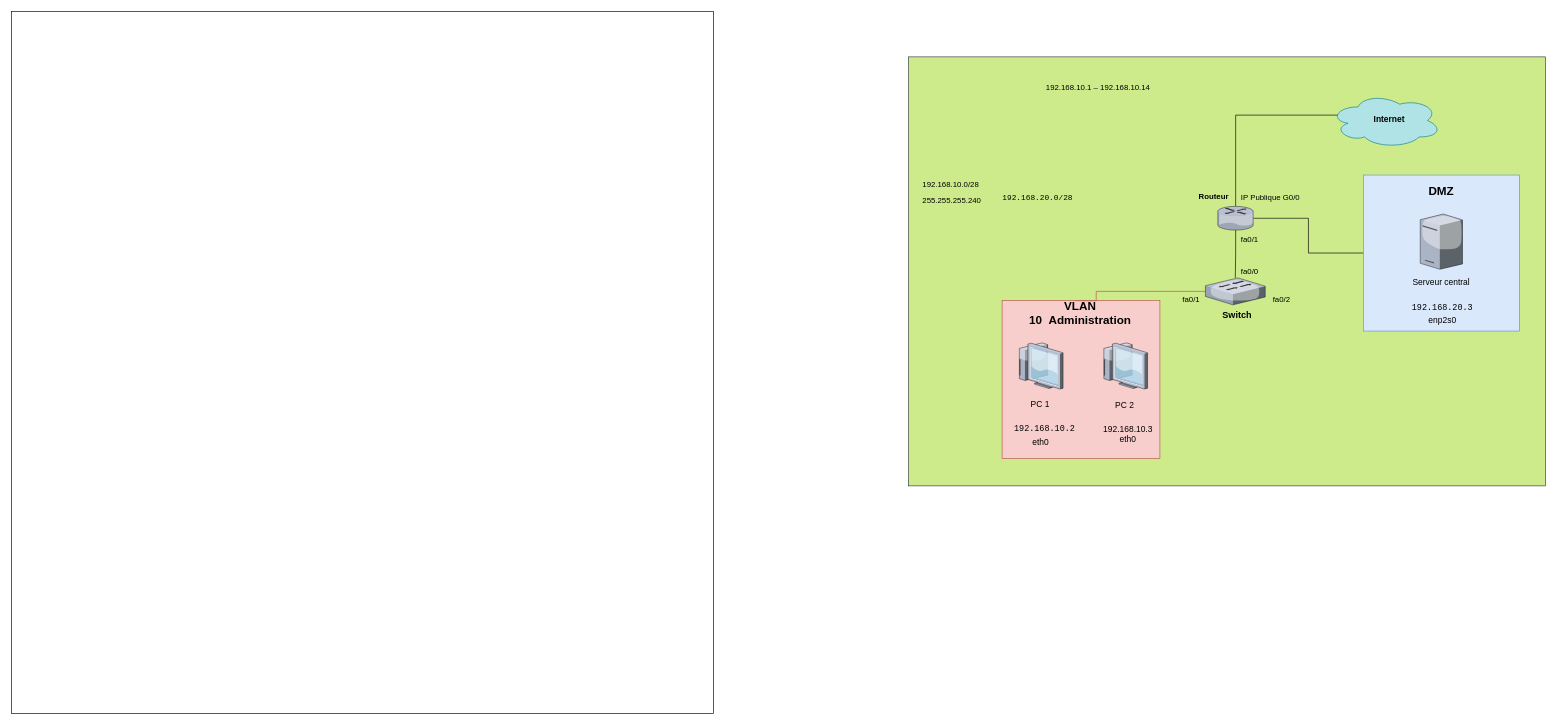
Earlier version of the draw.io diagram Schema_reseau.drawio (leeeooooooooo/Projet_Visualisation). Source tidied: cells renumbered, new cells numbered last; positions are measured from the earlier drawing's top-left corner, leaving out a move shared by most shapes. Both pictures are drawn from the tidied source at 65%, with x=0, y=0 at pixel (11, 11).
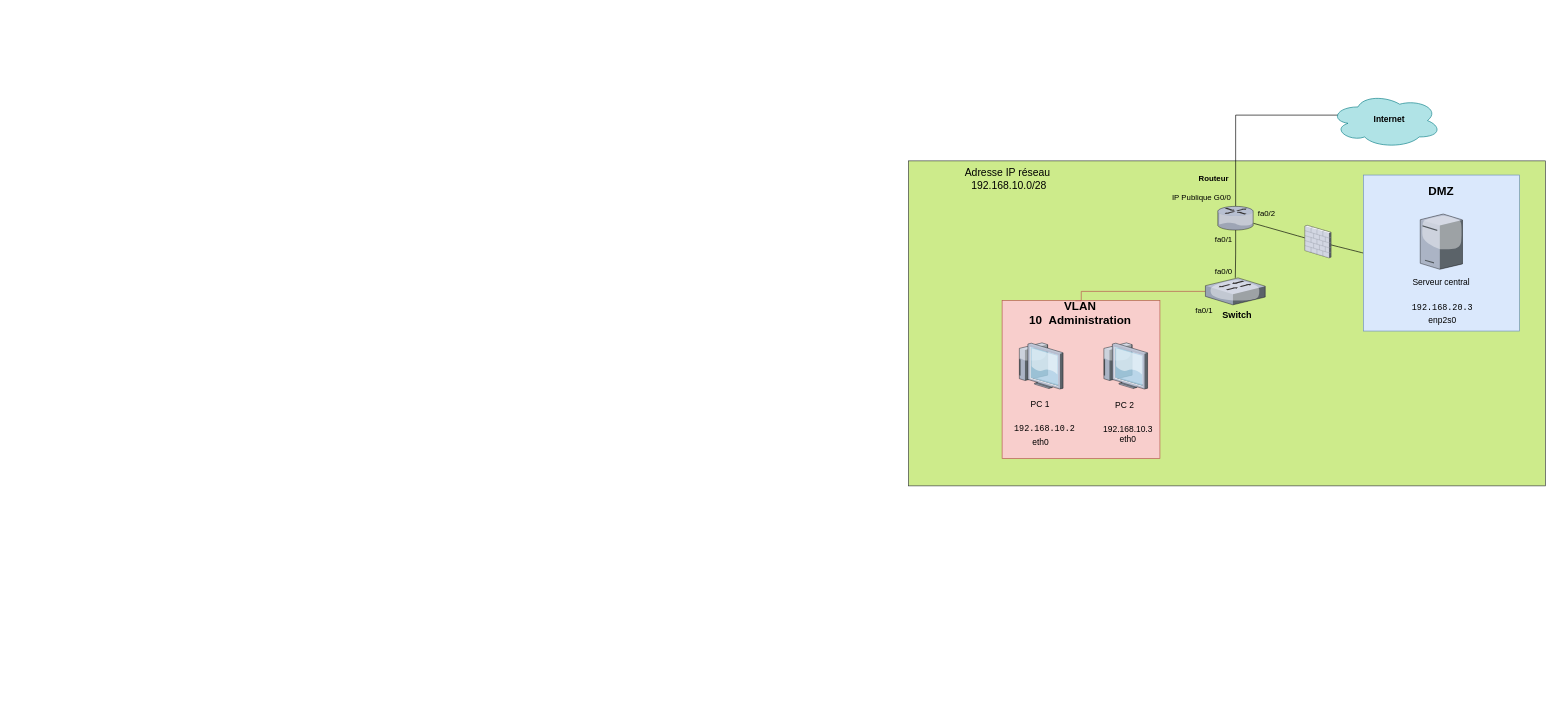
The same diagram, later.

Commit message:
Mettre à jour Schema_reseau.drawio

The change refers to these unchanged cells:
```xml
<mxCell id="4" style="whiteSpace=wrap;html=1;strokeColor=#b85450;fillColor=#f8cecc;" parent="1" vertex="1">
  <mxGeometry x="1524.2" y="445" width="242.8" height="242.8" as="geometry" />
</mxCell>
<mxCell id="9" style="verticalLabelPosition=bottom;sketch=0;html=1;verticalAlign=top;strokeColor=none;align=center;outlineConnect=0;shape=mxgraph.citrix.router;" parent="1" vertex="1">
  <mxGeometry x="1856" y="300" width="55" height="36.5" as="geometry" />
</mxCell>
<mxCell id="12" style="verticalLabelPosition=bottom;sketch=0;html=1;verticalAlign=top;strokeColor=none;align=center;outlineConnect=0;shape=mxgraph.citrix.switch;" parent="1" vertex="1">
  <mxGeometry x="1837" y="410" width="92" height="41.5" as="geometry" />
</mxCell>
<mxCell id="14" style="whiteSpace=wrap;html=1;fillColor=#dae8fc;strokeColor=#6c8ebf;" parent="1" vertex="1">
  <mxGeometry x="2080" y="251.8" width="240" height="240" as="geometry" />
</mxCell>
```

The edit, as a diff of the source:
```diff
@@
-    <mxCell id="2" value="&lt;p&gt;&lt;br&gt;&lt;/p&gt;" style="whiteSpace=wrap;html=1;fontStyle=1;" parent="1" vertex="1">
-      <mxGeometry width="1080" height="1080" as="geometry" />
-    </mxCell>
     <mxCell id="3" style="rounded=0;whiteSpace=wrap;html=1;shadow=0;strokeColor=#36393d;fillColor=#cdeb8b;" parent="1" vertex="1">
-      <mxGeometry x="1380" y="70" width="980" height="660" as="geometry" />
+      <mxGeometry x="1380" y="230" width="980" height="500" as="geometry" />
     </mxCell>
@@
     <mxCell id="7" value="Routeur" style="text;html=1;align=center;verticalAlign=middle;whiteSpace=wrap;rounded=0;fontStyle=1;" parent="1" vertex="1">
-      <mxGeometry x="1820" y="270" width="60" height="30" as="geometry" />
+      <mxGeometry x="1820" y="243" width="60" height="30" as="geometry" />
     </mxCell>
@@
-    <mxCell id="10" style="edgeStyle=orthogonalEdgeStyle;rounded=0;jettySize=auto;html=1;entryX=0;entryY=0.5;entryDx=0;entryDy=0;endArrow=none;startFill=0;" parent="1" edge="1" source="9" target="14">
-      <mxGeometry relative="1" as="geometry" />
-    </mxCell>
     <mxCell id="11" style="edgeStyle=orthogonalEdgeStyle;rounded=0;jettySize=auto;html=1;fillColor=#f8cecc;strokeColor=#B85450;entryX=0.464;entryY=0.001;entryDx=0;entryDy=0;entryPerimeter=0;endArrow=none;startFill=0;" parent="1" edge="1" source="12" target="4">
       <mxGeometry relative="1" as="geometry">
         <Array as="points">
-          <mxPoint x="1669" y="431" />
+          <mxPoint x="1646" y="431" />
+          <mxPoint x="1646" y="445" />
         </Array>
       </mxGeometry>
     </mxCell>
@@
+    <mxCell id="36" style="edgeStyle=none;curved=1;rounded=0;jettySize=auto;html=1;exitX=0;exitY=0.5;exitDx=0;exitDy=0;fontSize=12;startSize=8;endSize=8;endArrow=none;startFill=0;" parent="1" edge="1" source="14" target="39">
+      <mxGeometry relative="1" as="geometry" />
+    </mxCell>
@@
-    <mxCell id="19" value="255.255.255.240" style="text;whiteSpace=wrap;html=1;" parent="1" vertex="1">
-      <mxGeometry x="1400" y="278.2" width="120" height="40" as="geometry" />
-    </mxCell>
-    <mxCell id="20" value="192.168.10.0/28" style="text;whiteSpace=wrap;html=1;" parent="1" vertex="1">
-      <mxGeometry x="1400" y="251.8" width="120" height="40" as="geometry" />
-    </mxCell>
-    <mxCell id="21" value="192.168.10.1 – 192.168.10.14" style="text;whiteSpace=wrap;html=1;" parent="1" vertex="1">
-      <mxGeometry x="1590" y="103" width="190" height="40" as="geometry" />
-    </mxCell>
-    <mxCell id="22" value="&lt;table&gt;&lt;tbody&gt;&lt;tr&gt;&lt;td&gt;&lt;/td&gt;&lt;/tr&gt;&lt;/tbody&gt;&lt;/table&gt;&lt;table&gt;&lt;tbody&gt;&lt;tr&gt;&lt;td&gt;&lt;code&gt;192.168.20.0/28&lt;/code&gt;&lt;/td&gt;&lt;/tr&gt;&lt;/tbody&gt;&lt;/table&gt;" style="text;whiteSpace=wrap;html=1;" parent="1" vertex="1">
-      <mxGeometry x="1520" y="263" width="140" height="50" as="geometry" />
-    </mxCell>
@@
     <mxCell id="25" value="IP Publique G0/0" style="text;whiteSpace=wrap;html=1;" parent="1" vertex="1">
-      <mxGeometry x="1890" y="273" width="100" height="40" as="geometry" />
+      <mxGeometry x="1784" y="273" width="100" height="40" as="geometry" />
     </mxCell>
     <mxCell id="26" value="fa0/1" style="text;whiteSpace=wrap;html=1;" parent="1" vertex="1">
-      <mxGeometry x="1890" y="336.5" width="50" height="40" as="geometry" />
+      <mxGeometry x="1850" y="336.5" width="50" height="40" as="geometry" />
     </mxCell>
@@
     <mxCell id="30" value="fa0/0" style="text;whiteSpace=wrap;html=1;" parent="1" vertex="1">
-      <mxGeometry x="1890" y="387" width="50" height="40" as="geometry" />
+      <mxGeometry x="1850" y="387" width="50" height="40" as="geometry" />
     </mxCell>
     <mxCell id="31" value="fa0/1" style="text;whiteSpace=wrap;html=1;" parent="1" vertex="1">
-      <mxGeometry x="1800" y="430" width="50" height="40" as="geometry" />
+      <mxGeometry x="1820" y="447" width="50" height="40" as="geometry" />
     </mxCell>
-    <mxCell id="32" value="fa0/2" style="text;whiteSpace=wrap;html=1;" parent="1" vertex="1">
-      <mxGeometry x="1938.8" y="430" width="50" height="40" as="geometry" />
-    </mxCell>
@@
+    <mxCell id="37" value="Adresse IP réseau&amp;nbsp;&lt;div&gt;192.168.10.0/28&lt;/div&gt;" style="text;strokeColor=none;fillColor=none;html=1;align=center;verticalAlign=middle;whiteSpace=wrap;rounded=0;fontSize=16;" parent="1" vertex="1">
+      <mxGeometry x="1400" y="243" width="270" height="30" as="geometry" />
+    </mxCell>
+    <mxCell id="38" style="edgeStyle=none;curved=1;rounded=0;jettySize=auto;html=1;fontSize=12;startSize=8;endSize=8;endArrow=none;startFill=0;" parent="1" edge="1" source="39" target="9">
+      <mxGeometry relative="1" as="geometry" />
+    </mxCell>
+    <mxCell id="39" style="verticalLabelPosition=bottom;sketch=0;html=1;verticalAlign=top;strokeColor=none;align=center;outlineConnect=0;shape=mxgraph.citrix.firewall;" parent="1" vertex="1">
+      <mxGeometry x="1990" y="329.2" width="40.3" height="50" as="geometry" />
+    </mxCell>
+    <mxCell id="32" value="fa0/2" style="text;whiteSpace=wrap;html=1;" parent="1" vertex="1">
+      <mxGeometry x="1916" y="296.5" width="50" height="40" as="geometry" />
+    </mxCell>
```
